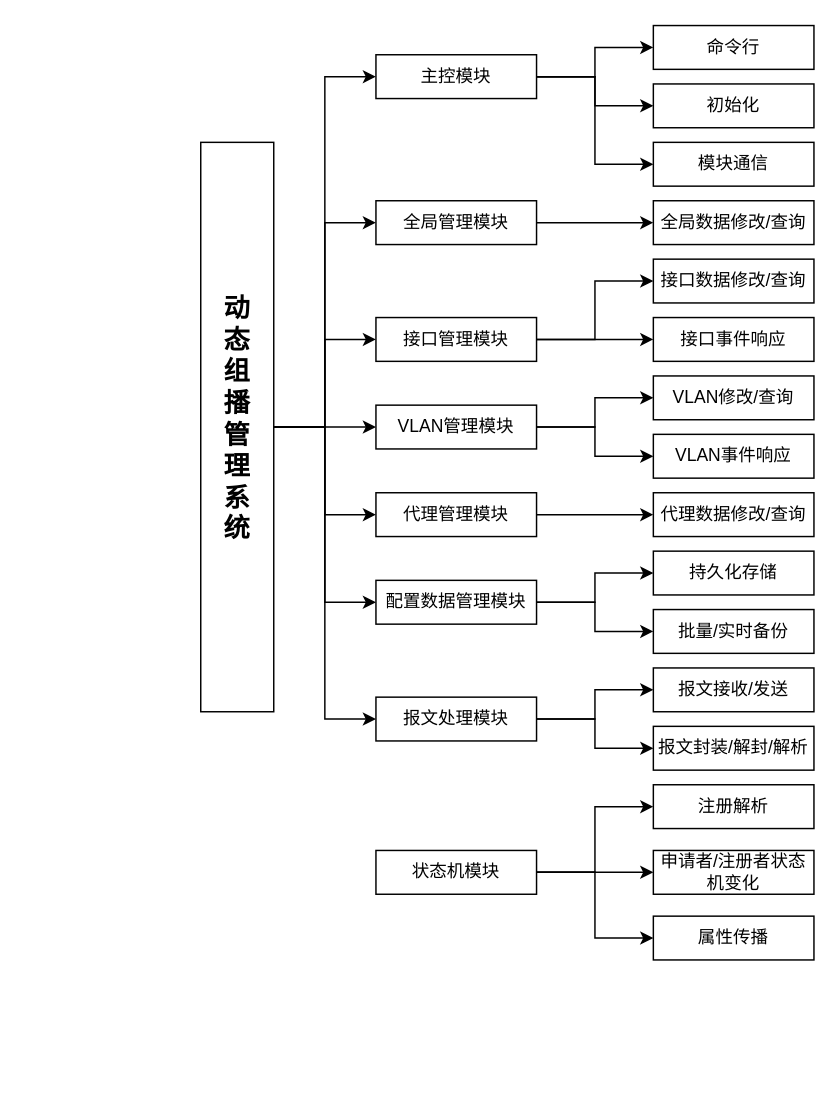
This is 模块图.drawio from chy-ustc/diagrams, a draw.io file, before an edit. Source tidied: cells renumbered, new cells numbered last; positions are measured from the earlier drawing's top-left corner, leaving out a move shared by most shapes. Both pictures are drawn from the tidied source at 146%, with x=0, y=0 at pixel (200, 25).
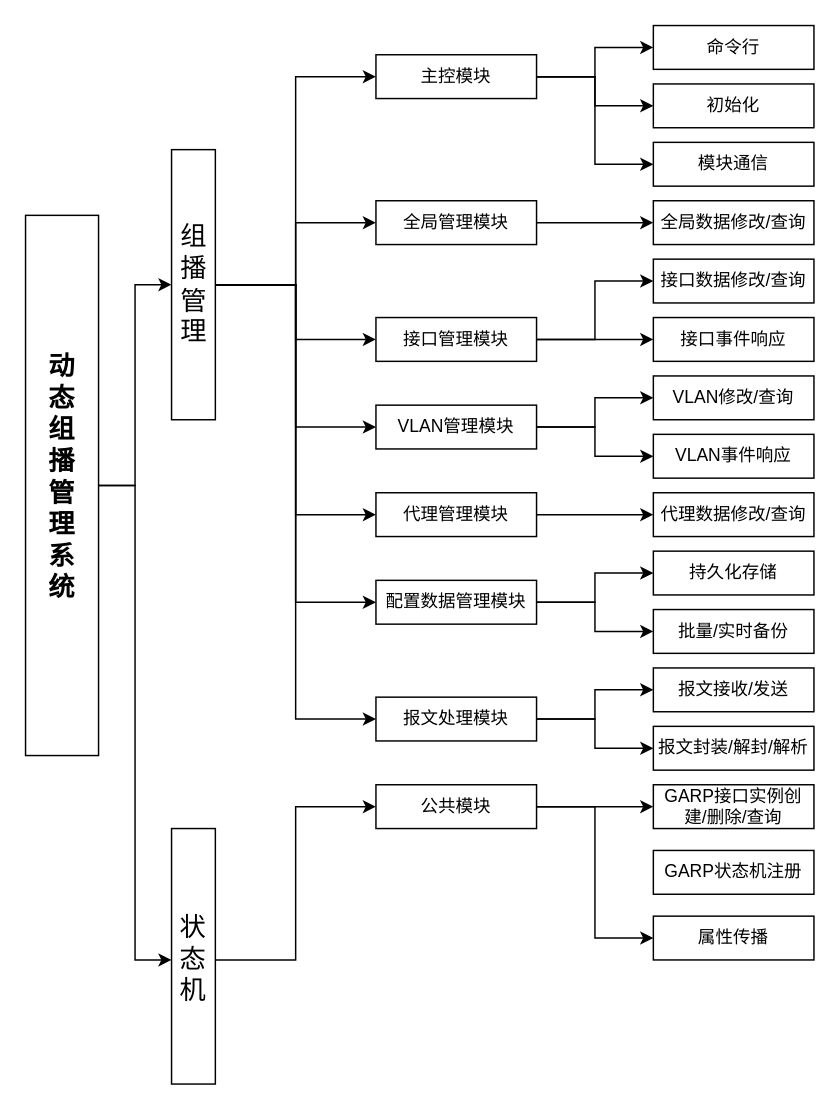
The same diagram, later.

Commit message:
更新模块图.drawio

The change refers to these unchanged cells:
```xml
<mxCell id="50" value="属性传播" style="rounded=0;whiteSpace=wrap;html=1;" parent="1" vertex="1">
  <mxGeometry x="310" y="610" width="110" height="30" as="geometry" />
</mxCell>
```

Diff of the diagram source:
```diff
@@
     <mxCell id="9" value="&lt;h3&gt;&lt;br&gt;&lt;/h3&gt;" style="rounded=0;whiteSpace=wrap;html=1;" parent="1" vertex="1">
-      <mxGeometry y="80" width="50" height="390" as="geometry" />
+      <mxGeometry x="-20" y="85" width="30" height="185" as="geometry" />
     </mxCell>
-    <mxCell id="10" value="&lt;h2&gt;动态组播管理系统&lt;/h2&gt;" style="text;html=1;strokeColor=none;fillColor=none;align=center;verticalAlign=middle;whiteSpace=wrap;rounded=0;" parent="1" vertex="1">
-      <mxGeometry x="10" y="180" width="30" height="180" as="geometry" />
+    <mxCell id="10" value="&lt;h2&gt;&lt;span style=&quot;font-weight: normal;&quot;&gt;组播管理&lt;/span&gt;&lt;/h2&gt;" style="text;html=1;strokeColor=none;fillColor=none;align=center;verticalAlign=middle;whiteSpace=wrap;rounded=0;" parent="1" vertex="1">
+      <mxGeometry x="-22.5" y="90" width="35" height="175" as="geometry" />
     </mxCell>
@@
-    <mxCell id="29" style="edgeStyle=orthogonalEdgeStyle;rounded=0;jettySize=auto;html=1;" parent="1" edge="1" source="31" target="49">
-      <mxGeometry relative="1" as="geometry" />
-    </mxCell>
     <mxCell id="30" style="edgeStyle=orthogonalEdgeStyle;rounded=0;jettySize=auto;html=1;entryX=0;entryY=0.5;entryDx=0;entryDy=0;" parent="1" edge="1" source="31" target="50">
-      <mxGeometry relative="1" as="geometry" />
+      <mxGeometry relative="1" as="geometry">
+        <Array as="points">
+          <mxPoint x="270" y="535" />
+          <mxPoint x="270" y="625" />
+        </Array>
+      </mxGeometry>
     </mxCell>
-    <mxCell id="31" value="状态机模块" style="rounded=0;whiteSpace=wrap;html=1;" parent="1" vertex="1">
-      <mxGeometry x="120" y="565" width="110" height="30" as="geometry" />
+    <mxCell id="31" value="公共模块" style="rounded=0;whiteSpace=wrap;html=1;" parent="1" vertex="1">
+      <mxGeometry x="120" y="520" width="110" height="30" as="geometry" />
     </mxCell>
@@
-    <mxCell id="48" value="注册解析" style="rounded=0;whiteSpace=wrap;html=1;" parent="1" vertex="1">
+    <mxCell id="48" value="GARP接口实例创建/删除/查询" style="rounded=0;whiteSpace=wrap;html=1;" parent="1" vertex="1">
       <mxGeometry x="310" y="520" width="110" height="30" as="geometry" />
     </mxCell>
-    <mxCell id="49" value="申请者/注册者状态机变化" style="rounded=0;whiteSpace=wrap;html=1;" parent="1" vertex="1">
+    <mxCell id="49" value="GARP状态机注册" style="rounded=0;whiteSpace=wrap;html=1;" parent="1" vertex="1">
       <mxGeometry x="310" y="565" width="110" height="30" as="geometry" />
     </mxCell>
@@
+    <mxCell id="51" style="edgeStyle=orthogonalEdgeStyle;rounded=0;jettySize=auto;html=1;entryX=0;entryY=0.5;entryDx=0;entryDy=0;" parent="1" edge="1" source="53" target="9">
+      <mxGeometry relative="1" as="geometry" />
+    </mxCell>
+    <mxCell id="52" style="edgeStyle=orthogonalEdgeStyle;rounded=0;jettySize=auto;html=1;entryX=0;entryY=0.5;entryDx=0;entryDy=0;" parent="1" edge="1" source="53" target="57">
+      <mxGeometry relative="1" as="geometry" />
+    </mxCell>
+    <mxCell id="53" value="&lt;h3&gt;&lt;br&gt;&lt;/h3&gt;" style="rounded=0;whiteSpace=wrap;html=1;" parent="1" vertex="1">
+      <mxGeometry x="-120" y="130" width="50" height="370" as="geometry" />
+    </mxCell>
+    <mxCell id="54" value="&lt;h2&gt;动态组播管理系统&lt;/h2&gt;" style="text;html=1;strokeColor=none;fillColor=none;align=center;verticalAlign=middle;whiteSpace=wrap;rounded=0;" parent="1" vertex="1">
+      <mxGeometry x="-110" y="220" width="30" height="180" as="geometry" />
+    </mxCell>
+    <mxCell id="55" value="&lt;h3&gt;&lt;br&gt;&lt;/h3&gt;" style="rounded=0;whiteSpace=wrap;html=1;" parent="1" vertex="1">
+      <mxGeometry x="-20" y="550" width="30" height="175" as="geometry" />
+    </mxCell>
+    <mxCell id="56" style="edgeStyle=orthogonalEdgeStyle;rounded=0;jettySize=auto;html=1;entryX=0;entryY=0.5;entryDx=0;entryDy=0;" parent="1" edge="1" source="57" target="31">
+      <mxGeometry relative="1" as="geometry" />
+    </mxCell>
+    <mxCell id="57" value="&lt;h2&gt;&lt;span style=&quot;font-weight: normal;&quot;&gt;状态机&lt;/span&gt;&lt;/h2&gt;" style="text;html=1;strokeColor=none;fillColor=none;align=center;verticalAlign=middle;whiteSpace=wrap;rounded=0;" parent="1" vertex="1">
+      <mxGeometry x="-20" y="550" width="30" height="180" as="geometry" />
+    </mxCell>
```
